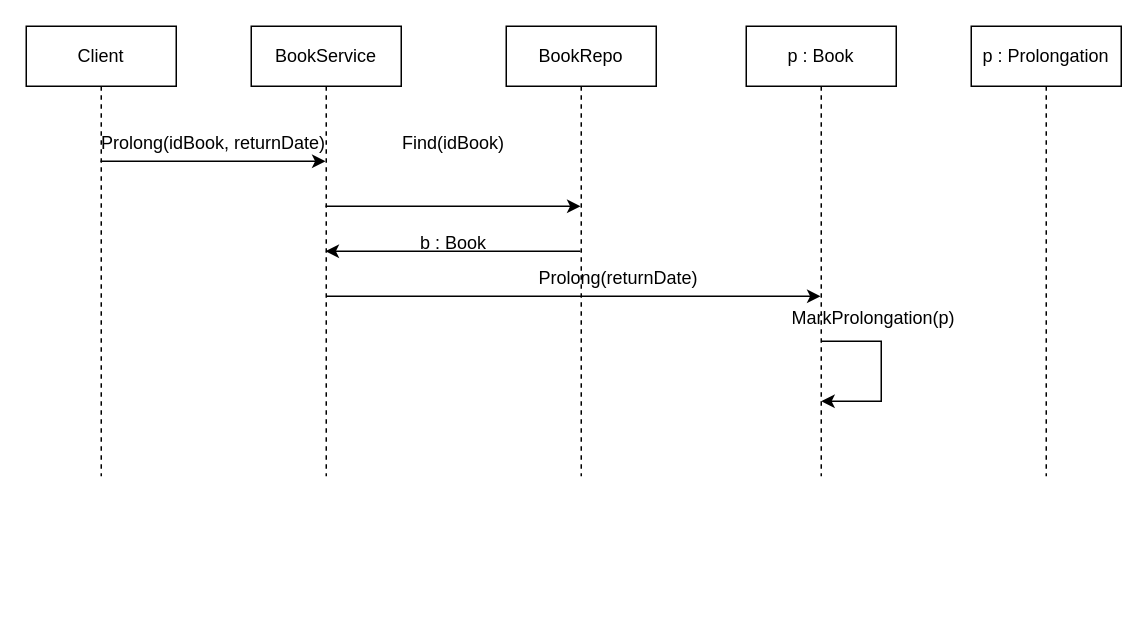
This is projketowe.drawio from cocacolaja/Studia, a draw.io file, before an edit. Source tidied: cells renumbered, new cells numbered last; positions are measured from the earlier drawing's top-left corner, leaving out a move shared by most shapes. Both pictures are drawn from the tidied source at 150%, with x=0, y=0 at pixel (26, 26).
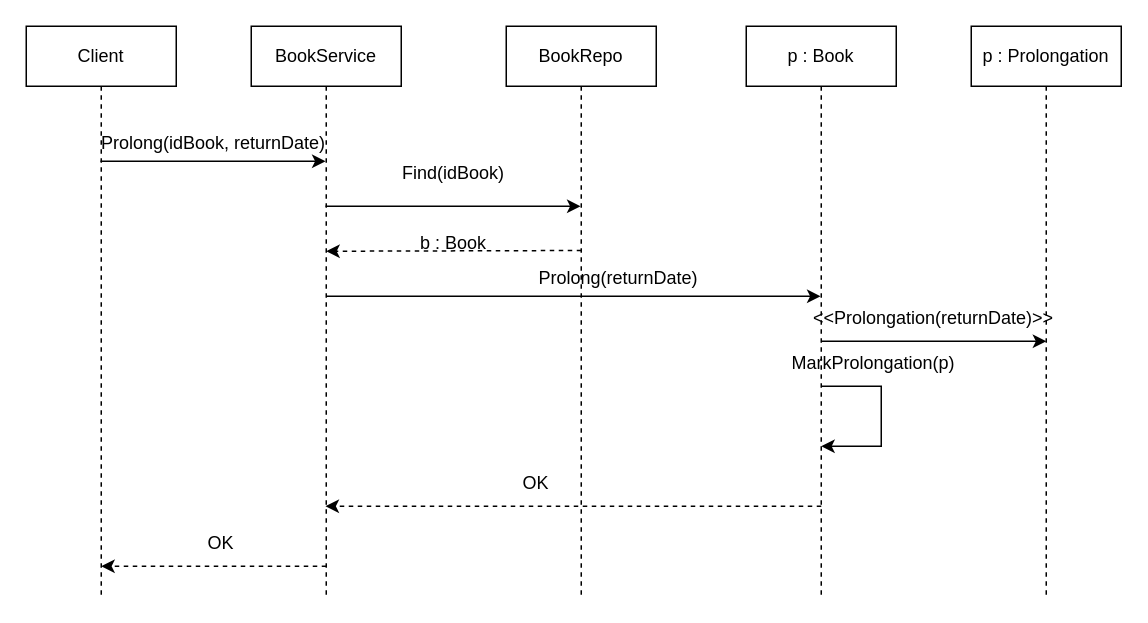
The same page after the edit.

Diff of the diagram source:
```diff
@@
     <mxCell id="3" value="Client" style="shape=umlLifeline;perimeter=lifelinePerimeter;whiteSpace=wrap;html=1;newEdgeStyle={&quot;edgeStyle&quot;:&quot;elbowEdgeStyle&quot;,&quot;elbow&quot;:&quot;vertical&quot;,&quot;curved&quot;:0,&quot;rounded&quot;:0};" parent="1" vertex="1">
-      <mxGeometry width="100" height="300" as="geometry" />
+      <mxGeometry width="100" height="380" as="geometry" />
     </mxCell>
@@
     <mxCell id="5" value="BookService" style="shape=umlLifeline;perimeter=lifelinePerimeter;whiteSpace=wrap;html=1;outlineConnect=0;portConstraint=eastwest;newEdgeStyle={&quot;edgeStyle&quot;:&quot;elbowEdgeStyle&quot;,&quot;elbow&quot;:&quot;vertical&quot;,&quot;curved&quot;:0,&quot;rounded&quot;:0};" parent="1" vertex="1">
-      <mxGeometry x="150" width="100" height="300" as="geometry" />
+      <mxGeometry x="150" width="100" height="380" as="geometry" />
     </mxCell>
-    <mxCell id="6" style="edgeStyle=elbowEdgeStyle;rounded=0;jettySize=auto;html=1;elbow=vertical;curved=0;" parent="1" edge="1" source="7" target="5">
-      <mxGeometry relative="1" as="geometry" />
+    <mxCell id="6" style="edgeStyle=elbowEdgeStyle;rounded=0;orthogonalLoop=1;jettySize=auto;html=1;elbow=vertical;curved=0;dashed=1;" parent="1" edge="1">
+      <mxGeometry relative="1" as="geometry">
+        <mxPoint x="370" y="149.5" as="sourcePoint" />
+        <mxPoint x="200" y="149.5" as="targetPoint" />
+      </mxGeometry>
     </mxCell>
     <mxCell id="7" value="BookRepo" style="shape=umlLifeline;perimeter=lifelinePerimeter;whiteSpace=wrap;html=1;outlineConnect=0;portConstraint=eastwest;newEdgeStyle={&quot;edgeStyle&quot;:&quot;elbowEdgeStyle&quot;,&quot;elbow&quot;:&quot;vertical&quot;,&quot;curved&quot;:0,&quot;rounded&quot;:0};" parent="1" vertex="1">
-      <mxGeometry x="320" width="100" height="300" as="geometry" />
+      <mxGeometry x="320" width="100" height="380" as="geometry" />
     </mxCell>
     <mxCell id="8" value="p : Book" style="shape=umlLifeline;perimeter=lifelinePerimeter;whiteSpace=wrap;html=1;outlineConnect=0;portConstraint=eastwest;newEdgeStyle={&quot;edgeStyle&quot;:&quot;elbowEdgeStyle&quot;,&quot;elbow&quot;:&quot;vertical&quot;,&quot;curved&quot;:0,&quot;rounded&quot;:0};" parent="1" vertex="1">
-      <mxGeometry x="480" width="100" height="300" as="geometry" />
+      <mxGeometry x="480" width="100" height="380" as="geometry" />
     </mxCell>
     <mxCell id="9" value="p : Prolongation" style="shape=umlLifeline;perimeter=lifelinePerimeter;whiteSpace=wrap;html=1;newEdgeStyle={&quot;edgeStyle&quot;:&quot;elbowEdgeStyle&quot;,&quot;elbow&quot;:&quot;vertical&quot;,&quot;curved&quot;:0,&quot;rounded&quot;:0};" parent="1" vertex="1">
-      <mxGeometry x="630" width="100" height="300" as="geometry" />
+      <mxGeometry x="630" width="100" height="380" as="geometry" />
     </mxCell>
@@
     <mxCell id="11" value="Find(idBook)&lt;div&gt;&lt;br&gt;&lt;/div&gt;" style="text;html=1;whiteSpace=wrap;strokeColor=none;fillColor=none;align=center;verticalAlign=middle;rounded=0;" parent="1" vertex="1">
-      <mxGeometry x="200" y="70" width="170" height="30" as="geometry" />
+      <mxGeometry x="200" y="90" width="170" height="30" as="geometry" />
     </mxCell>
-    <mxCell id="12" value="&lt;div&gt;b : Book&lt;/div&gt;" style="text;html=1;whiteSpace=wrap;strokeColor=none;fillColor=none;align=center;verticalAlign=middle;rounded=0;" parent="1" vertex="1">
+    <mxCell id="12" value="&lt;div&gt;b : Book&lt;/div&gt;" style="text;html=1;whiteSpace=wrap;strokeColor=none;fillColor=none;align=center;verticalAlign=middle;rounded=0;dashed=1;" parent="1" vertex="1">
       <mxGeometry x="200" y="130" width="170" height="30" as="geometry" />
     </mxCell>
@@
     <mxCell id="15" style="endArrow=classic;html=1;rounded=0;" parent="1" edge="1">
       <mxGeometry relative="1" as="geometry">
-        <mxPoint x="530" y="210" as="sourcePoint" />
-        <mxPoint x="530" y="250" as="targetPoint" />
+        <mxPoint x="530" y="240" as="sourcePoint" />
+        <mxPoint x="530" y="280" as="targetPoint" />
         <Array as="points">
-          <mxPoint x="570" y="210" />
-          <mxPoint x="570" y="250" />
+          <mxPoint x="570" y="240" />
+          <mxPoint x="570" y="280" />
         </Array>
       </mxGeometry>
     </mxCell>
     <mxCell id="16" value="&lt;div&gt;MarkProlongation(p)&lt;/div&gt;" style="text;html=1;whiteSpace=wrap;strokeColor=none;fillColor=none;align=center;verticalAlign=middle;rounded=0;" parent="1" vertex="1">
-      <mxGeometry x="480" y="180" width="170" height="30" as="geometry" />
+      <mxGeometry x="480" y="210" width="170" height="30" as="geometry" />
     </mxCell>
+    <mxCell id="17" style="edgeStyle=elbowEdgeStyle;rounded=0;orthogonalLoop=1;jettySize=auto;html=1;elbow=vertical;curved=0;" parent="1" edge="1">
+      <mxGeometry relative="1" as="geometry">
+        <mxPoint x="530" y="210" as="sourcePoint" />
+        <mxPoint x="680" y="210" as="targetPoint" />
+      </mxGeometry>
+    </mxCell>
+    <mxCell id="18" value="&lt;div&gt;&amp;lt;&amp;lt;Prolongation(returnDate)&amp;gt;&amp;gt;&lt;/div&gt;" style="text;html=1;whiteSpace=wrap;strokeColor=none;fillColor=none;align=center;verticalAlign=middle;rounded=0;" parent="1" vertex="1">
+      <mxGeometry x="520" y="180" width="170" height="30" as="geometry" />
+    </mxCell>
+    <mxCell id="19" style="endArrow=classic;html=1;rounded=0;dashed=1;" parent="1" edge="1" target="5">
+      <mxGeometry relative="1" as="geometry">
+        <mxPoint x="530" y="320" as="sourcePoint" />
+      </mxGeometry>
+    </mxCell>
+    <mxCell id="20" style="endArrow=classic;html=1;rounded=0;dashed=1;" parent="1" edge="1">
+      <mxGeometry relative="1" as="geometry">
+        <mxPoint x="200" y="360" as="sourcePoint" />
+        <mxPoint x="50" y="360" as="targetPoint" />
+      </mxGeometry>
+    </mxCell>
+    <mxCell id="21" value="OK" style="text;html=1;whiteSpace=wrap;strokeColor=none;fillColor=none;align=center;verticalAlign=middle;rounded=0;" parent="1" vertex="1">
+      <mxGeometry x="310" y="290" width="60" height="30" as="geometry" />
+    </mxCell>
+    <mxCell id="22" value="OK" style="text;html=1;whiteSpace=wrap;strokeColor=none;fillColor=none;align=center;verticalAlign=middle;rounded=0;" parent="1" vertex="1">
+      <mxGeometry x="100" y="330" width="60" height="30" as="geometry" />
+    </mxCell>
```
